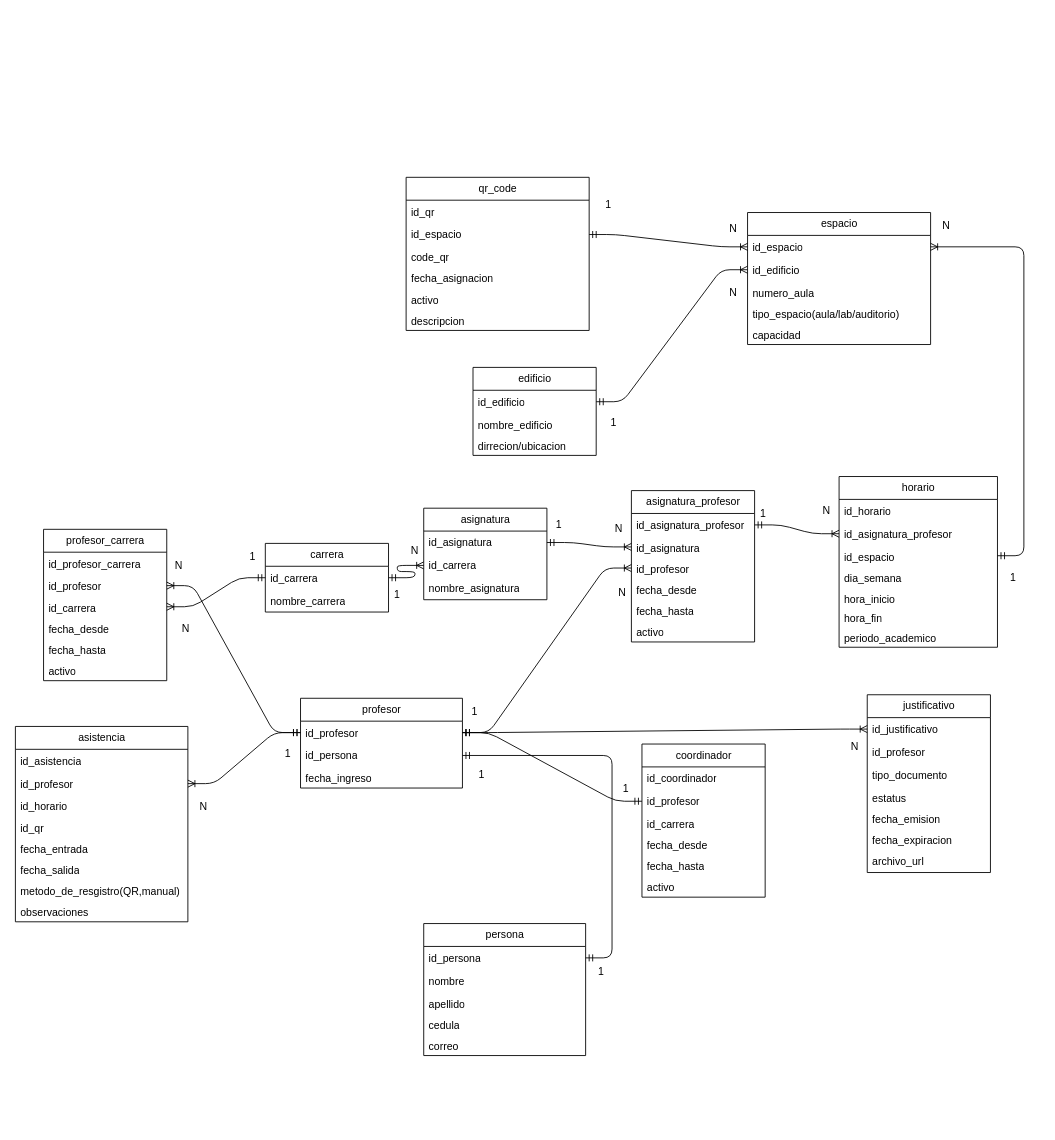
sewrgio/expres_projet keeps this draw.io diagram as page "base de datos" (1 of 2) of maquetado_de_base_datos.drawio. Above is the earlier version. Source tidied: cells renumbered, new cells numbered last; positions are measured from the earlier drawing's top-left corner, leaving out a move shared by most shapes. Both pictures are drawn from the tidied source at 88%, with x=0, y=0 at pixel (15, 177).
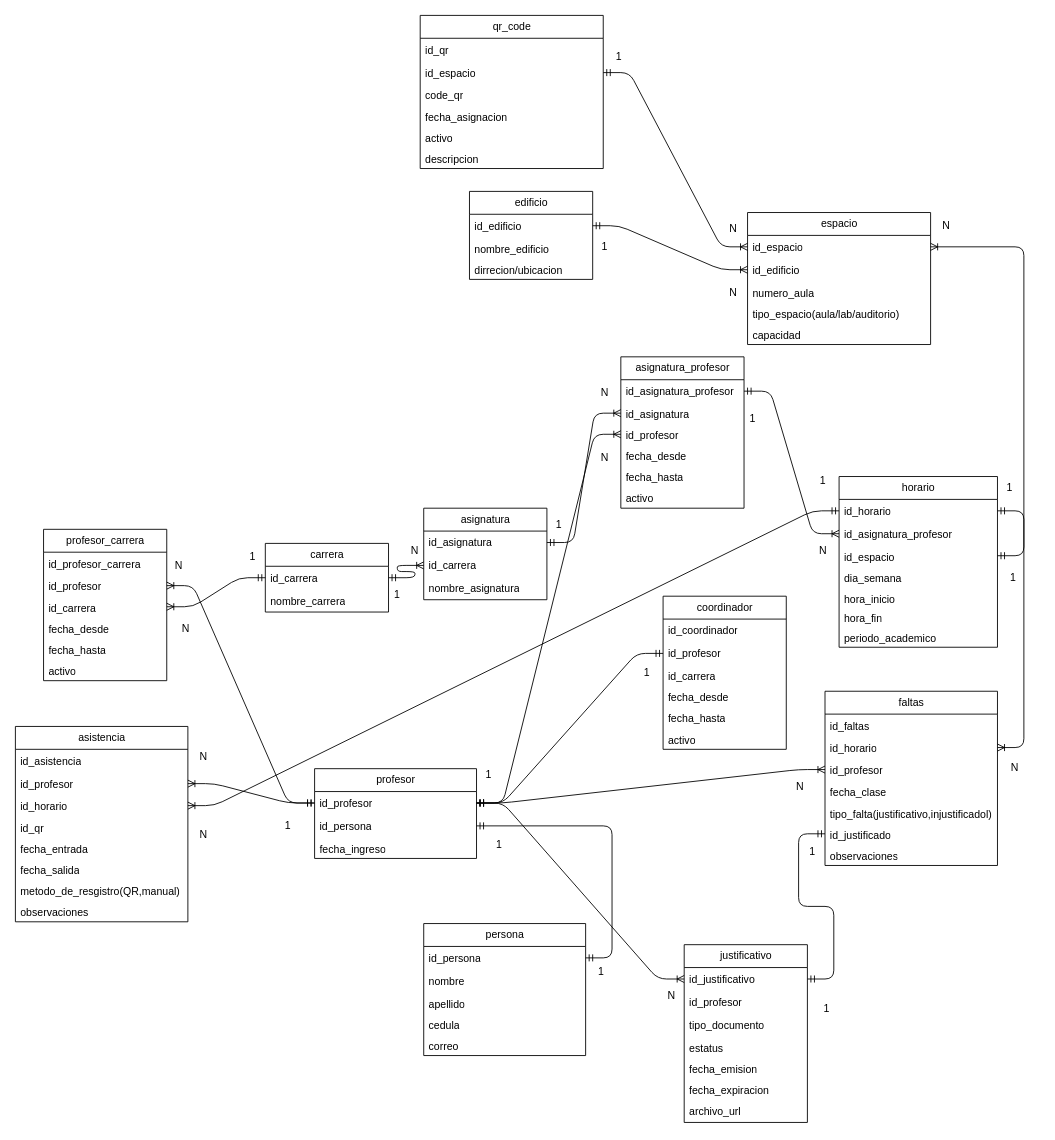
After the change.

Commit message:
agregandola tabla de ausencia N a 1

The change refers to these unchanged cells:
```xml
<mxCell id="16" value="id_justificativo" style="text;strokeColor=none;fillColor=none;align=left;verticalAlign=top;spacingLeft=4;spacingRight=4;overflow=hidden;points=[[0,0.5],[1,0.5]];portConstraint=eastwest;whiteSpace=wrap;html=1;" parent="15" vertex="1">
  <mxGeometry y="26" width="140" height="26" as="geometry" />
</mxCell>
<mxCell id="42" value="id_horario" style="text;strokeColor=none;fillColor=none;align=left;verticalAlign=top;spacingLeft=4;spacingRight=4;overflow=hidden;points=[[0,0.5],[1,0.5]];portConstraint=eastwest;whiteSpace=wrap;html=1;" parent="41" vertex="1">
  <mxGeometry y="26" width="180" height="26" as="geometry" />
</mxCell>
<mxCell id="59" value="id_horario" style="text;strokeColor=none;fillColor=none;align=left;verticalAlign=top;spacingLeft=4;spacingRight=4;overflow=hidden;points=[[0,0.5],[1,0.5]];portConstraint=eastwest;whiteSpace=wrap;html=1;" parent="56" vertex="1">
  <mxGeometry y="78" width="196" height="24" as="geometry" />
</mxCell>
<mxCell id="66" value="id_profesor" style="text;strokeColor=none;fillColor=none;align=left;verticalAlign=top;spacingLeft=4;spacingRight=4;overflow=hidden;points=[[0,0.5],[1,0.5]];portConstraint=eastwest;whiteSpace=wrap;html=1;" parent="65" vertex="1">
  <mxGeometry y="26" width="184" height="26" as="geometry" />
</mxCell>
```

Diff of the diagram source:
```diff
@@
     <mxCell id="11" value="edificio" style="swimlane;fontStyle=0;horizontal=1;startSize=26;fillColor=none;html=1;" parent="1" vertex="1">
-      <mxGeometry x="520" y="216" width="140" height="100" as="geometry" />
+      <mxGeometry x="516" y="16" width="140" height="100" as="geometry" />
     </mxCell>
@@
     <mxCell id="15" value="justificativo" style="swimlane;fontStyle=0;horizontal=1;startSize=26;fillColor=none;html=1;" parent="1" vertex="1">
-      <mxGeometry x="968" y="588" width="140" height="202" as="geometry" />
+      <mxGeometry x="760" y="872" width="140" height="202" as="geometry" />
     </mxCell>
@@
     <mxCell id="34" value="coordinador" style="swimlane;fontStyle=0;horizontal=1;startSize=26;fillColor=none;html=1;" parent="1" vertex="1">
-      <mxGeometry x="712" y="644" width="140" height="174" as="geometry" />
+      <mxGeometry x="736" y="476" width="140" height="174" as="geometry" />
     </mxCell>
@@
     <mxCell id="49" value="asignatura_profesor" style="swimlane;fontStyle=0;horizontal=1;startSize=26;fillColor=none;html=1;" parent="1" vertex="1">
-      <mxGeometry x="700" y="356" width="140" height="172" as="geometry" />
+      <mxGeometry x="688" y="204" width="140" height="172" as="geometry" />
     </mxCell>
@@
     <mxCell id="65" value="profesor" style="swimlane;fontStyle=0;horizontal=1;startSize=26;fillColor=none;html=1;" parent="1" vertex="1">
-      <mxGeometry x="324" y="592" width="184" height="102" as="geometry" />
+      <mxGeometry x="340" y="672" width="184" height="102" as="geometry" />
     </mxCell>
@@
     <mxCell id="80" value="qr_code" style="swimlane;fontStyle=0;horizontal=1;startSize=26;fillColor=none;html=1;" parent="1" vertex="1">
-      <mxGeometry x="444" width="208" height="174" as="geometry" />
+      <mxGeometry x="460" y="-184" width="208" height="174" as="geometry" />
     </mxCell>
@@
     <mxCell id="95" value="N" style="text;html=1;align=center;verticalAlign=middle;whiteSpace=wrap;rounded=0;" parent="1" vertex="1">
-      <mxGeometry x="924" y="632" width="60" height="30" as="geometry" />
+      <mxGeometry x="716" y="915" width="60" height="30" as="geometry" />
     </mxCell>
     <mxCell id="96" value="1" style="text;html=1;align=center;verticalAlign=middle;whiteSpace=wrap;rounded=0;" parent="1" vertex="1">
-      <mxGeometry x="664" y="680" width="60" height="30" as="geometry" />
+      <mxGeometry x="688" y="548" width="60" height="30" as="geometry" />
     </mxCell>
@@
     <mxCell id="100" value="1" style="text;html=1;align=center;verticalAlign=middle;whiteSpace=wrap;rounded=0;" parent="1" vertex="1">
-      <mxGeometry x="492" y="592" width="60" height="30" as="geometry" />
+      <mxGeometry x="508" y="664" width="60" height="30" as="geometry" />
     </mxCell>
     <mxCell id="101" value="1" style="text;html=1;align=center;verticalAlign=middle;whiteSpace=wrap;rounded=0;" parent="1" vertex="1">
-      <mxGeometry x="280" y="640" width="60" height="30" as="geometry" />
+      <mxGeometry x="280" y="722" width="60" height="30" as="geometry" />
     </mxCell>
     <mxCell id="102" value="1" style="text;html=1;align=center;verticalAlign=middle;whiteSpace=wrap;rounded=0;" parent="1" vertex="1">
-      <mxGeometry x="820" y="368" width="60" height="30" as="geometry" />
+      <mxGeometry x="808" y="260" width="60" height="30" as="geometry" />
     </mxCell>
     <mxCell id="103" value="1" style="text;html=1;align=center;verticalAlign=middle;whiteSpace=wrap;rounded=0;" parent="1" vertex="1">
-      <mxGeometry x="650" y="264" width="60" height="30" as="geometry" />
+      <mxGeometry x="640" y="64" width="60" height="30" as="geometry" />
     </mxCell>
     <mxCell id="104" value="1" style="text;html=1;align=center;verticalAlign=middle;whiteSpace=wrap;rounded=0;" parent="1" vertex="1">
-      <mxGeometry x="644" y="16" width="60" height="30" as="geometry" />
+      <mxGeometry x="656" y="-152" width="60" height="30" as="geometry" />
     </mxCell>
@@
     <mxCell id="106" value="1" style="text;html=1;align=center;verticalAlign=middle;whiteSpace=wrap;rounded=0;" parent="1" vertex="1">
-      <mxGeometry x="500" y="664" width="60" height="30" as="geometry" />
+      <mxGeometry x="520" y="744" width="60" height="30" as="geometry" />
     </mxCell>
@@
     <mxCell id="108" value="N" style="text;html=1;align=center;verticalAlign=middle;whiteSpace=wrap;rounded=0;" parent="1" vertex="1">
-      <mxGeometry x="184" y="700" width="60" height="30" as="geometry" />
+      <mxGeometry x="184" y="644" width="60" height="30" as="geometry" />
     </mxCell>
@@
     <mxCell id="112" value="N" style="text;html=1;align=center;verticalAlign=middle;whiteSpace=wrap;rounded=0;" parent="1" vertex="1">
-      <mxGeometry x="892" y="364" width="60" height="30" as="geometry" />
+      <mxGeometry x="888" y="410" width="60" height="30" as="geometry" />
     </mxCell>
     <mxCell id="113" value="N" style="text;html=1;align=center;verticalAlign=middle;whiteSpace=wrap;rounded=0;" parent="1" vertex="1">
-      <mxGeometry x="656" y="384" width="60" height="30" as="geometry" />
+      <mxGeometry x="640" y="230" width="60" height="30" as="geometry" />
     </mxCell>
     <mxCell id="114" value="N" style="text;html=1;align=center;verticalAlign=middle;whiteSpace=wrap;rounded=0;" parent="1" vertex="1">
-      <mxGeometry x="660" y="457" width="60" height="30" as="geometry" />
+      <mxGeometry x="640" y="304" width="60" height="30" as="geometry" />
     </mxCell>
@@
+    <mxCell id="118" value="faltas" style="swimlane;fontStyle=0;horizontal=1;startSize=26;fillColor=none;html=1;" parent="1" vertex="1">
+      <mxGeometry x="920" y="584" width="196" height="198" as="geometry" />
+    </mxCell>
+    <mxCell id="119" value="id_faltas" style="text;strokeColor=none;fillColor=none;align=left;verticalAlign=top;spacingLeft=4;spacingRight=4;overflow=hidden;whiteSpace=wrap;html=1;" parent="118" vertex="1">
+      <mxGeometry y="26" width="196" height="26" as="geometry" />
+    </mxCell>
+    <mxCell id="120" value="id_horario" style="text;strokeColor=none;fillColor=none;align=left;verticalAlign=top;spacingLeft=4;spacingRight=4;overflow=hidden;points=[[0,0.5],[1,0.5]];portConstraint=eastwest;whiteSpace=wrap;html=1;" parent="118" vertex="1">
+      <mxGeometry y="52" width="196" height="24" as="geometry" />
+    </mxCell>
+    <mxCell id="121" value="id_profesor" style="text;strokeColor=none;fillColor=none;align=left;verticalAlign=top;spacingLeft=4;spacingRight=4;overflow=hidden;points=[[0,0.5],[1,0.5]];portConstraint=eastwest;whiteSpace=wrap;html=1;" parent="118" vertex="1">
+      <mxGeometry y="76" width="196" height="26" as="geometry" />
+    </mxCell>
+    <mxCell id="122" value="fecha_clase" style="text;strokeColor=none;fillColor=none;align=left;verticalAlign=top;spacingLeft=4;spacingRight=4;overflow=hidden;whiteSpace=wrap;html=1;" parent="118" vertex="1">
+      <mxGeometry y="102" width="196" height="24" as="geometry" />
+    </mxCell>
+    <mxCell id="123" value="tipo_falta(justificativo,injustificadol)" style="text;strokeColor=none;fillColor=none;align=left;verticalAlign=top;spacingLeft=4;spacingRight=4;overflow=hidden;whiteSpace=wrap;html=1;" parent="118" vertex="1">
+      <mxGeometry y="126" width="196" height="24" as="geometry" />
+    </mxCell>
+    <mxCell id="124" value="id_justificado" style="text;strokeColor=none;fillColor=none;align=left;verticalAlign=top;spacingLeft=4;spacingRight=4;overflow=hidden;points=[[0,0.5],[1,0.5]];portConstraint=eastwest;whiteSpace=wrap;html=1;" parent="118" vertex="1">
+      <mxGeometry y="150" width="196" height="24" as="geometry" />
+    </mxCell>
+    <mxCell id="125" value="observaciones" style="text;strokeColor=none;fillColor=none;align=left;verticalAlign=top;spacingLeft=4;spacingRight=4;overflow=hidden;whiteSpace=wrap;html=1;" parent="118" vertex="1">
+      <mxGeometry y="174" width="196" height="24" as="geometry" />
+    </mxCell>
+    <mxCell id="126" style="edgeStyle=entityRelationEdgeStyle;fontSize=12;html=1;endArrow=ERoneToMany;startArrow=ERmandOne;entryX=1;entryY=0.5;entryDx=0;entryDy=0;exitX=0;exitY=0.5;exitDx=0;exitDy=0;" parent="1" edge="1" source="42" target="59">
+      <mxGeometry relative="1" as="geometry">
+        <Array as="points">
+          <mxPoint x="906" y="344" />
+        </Array>
+      </mxGeometry>
+    </mxCell>
+    <mxCell id="127" value="1" style="text;html=1;align=center;verticalAlign=middle;whiteSpace=wrap;rounded=0;" parent="1" vertex="1">
+      <mxGeometry x="888" y="330" width="60" height="30" as="geometry" />
+    </mxCell>
+    <mxCell id="128" value="N" style="text;html=1;align=center;verticalAlign=middle;whiteSpace=wrap;rounded=0;" parent="1" vertex="1">
+      <mxGeometry x="184" y="732" width="60" height="30" as="geometry" />
+    </mxCell>
+    <mxCell id="129" style="edgeStyle=entityRelationEdgeStyle;fontSize=12;html=1;endArrow=ERoneToMany;startArrow=ERmandOne;" parent="1" edge="1" source="42" target="120">
+      <mxGeometry relative="1" as="geometry">
+        <Array as="points">
+          <mxPoint x="606" y="230" />
+        </Array>
+      </mxGeometry>
+    </mxCell>
+    <mxCell id="130" value="1" style="text;html=1;align=center;verticalAlign=middle;whiteSpace=wrap;rounded=0;" parent="1" vertex="1">
+      <mxGeometry x="1116" y="340" width="28" height="26" as="geometry" />
+    </mxCell>
+    <mxCell id="131" value="N" style="text;html=1;align=center;verticalAlign=middle;whiteSpace=wrap;rounded=0;" parent="1" vertex="1">
+      <mxGeometry x="1124" y="658" width="24" height="26" as="geometry" />
+    </mxCell>
+    <mxCell id="132" style="edgeStyle=entityRelationEdgeStyle;fontSize=12;html=1;endArrow=ERoneToMany;startArrow=ERmandOne;" parent="1" edge="1" source="66" target="121">
+      <mxGeometry relative="1" as="geometry" />
+    </mxCell>
+    <mxCell id="133" value="N" style="text;html=1;align=center;verticalAlign=middle;whiteSpace=wrap;rounded=0;" parent="1" vertex="1">
+      <mxGeometry x="880" y="680" width="24" height="26" as="geometry" />
+    </mxCell>
+    <mxCell id="134" style="edgeStyle=entityRelationEdgeStyle;fontSize=12;html=1;endArrow=ERmandOne;startArrow=ERmandOne;" parent="1" edge="1" source="16" target="124">
+      <mxGeometry relative="1" as="geometry" />
+    </mxCell>
+    <mxCell id="135" value="1" style="text;html=1;align=center;verticalAlign=middle;whiteSpace=wrap;rounded=0;" parent="1" vertex="1">
+      <mxGeometry x="892" y="930" width="60" height="30" as="geometry" />
+    </mxCell>
+    <mxCell id="136" value="1" style="text;html=1;align=center;verticalAlign=middle;whiteSpace=wrap;rounded=0;" parent="1" vertex="1">
+      <mxGeometry x="876" y="752" width="60" height="30" as="geometry" />
+    </mxCell>
```
